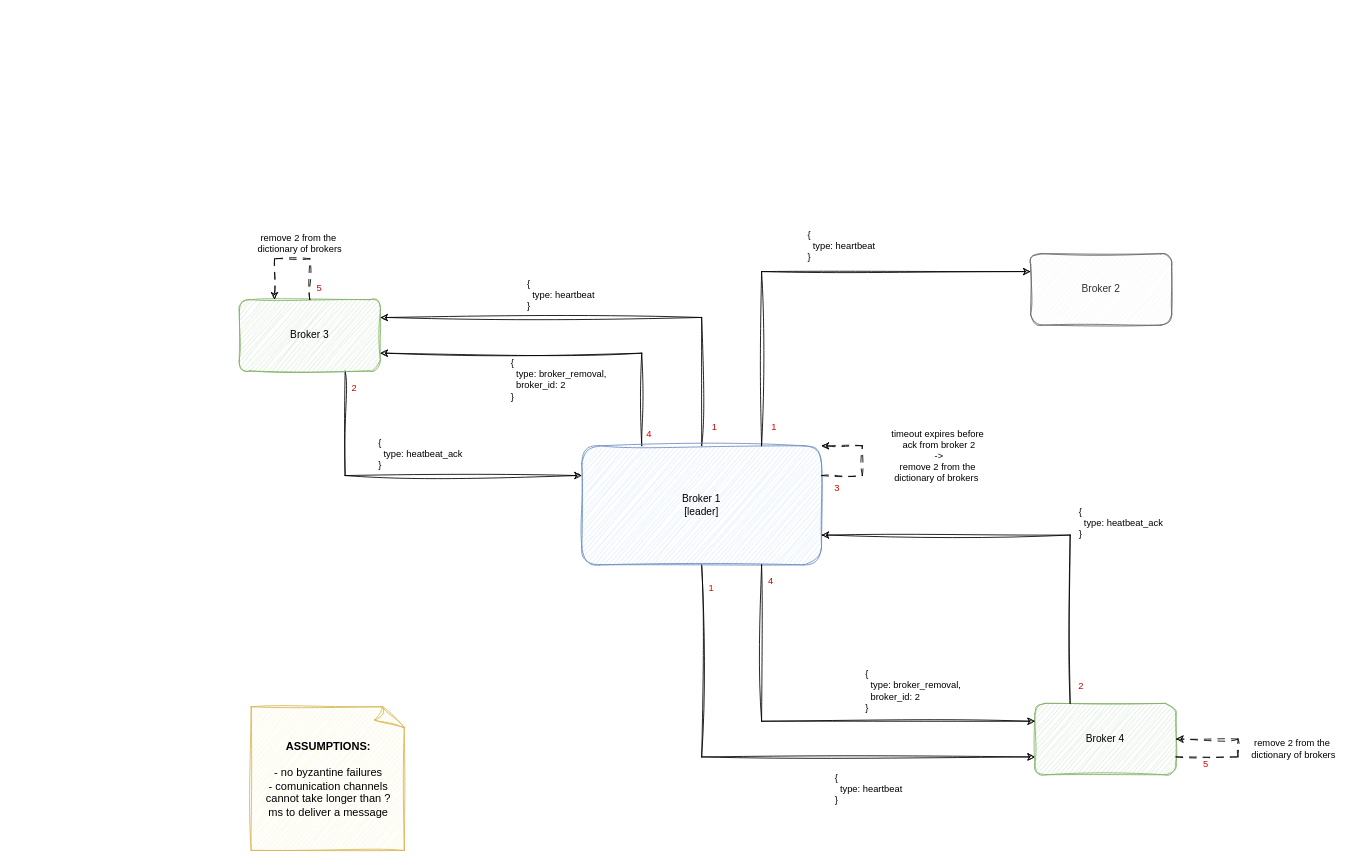
This is page "follower_crash" (3 of 5) of artifacts/DS_Project.drawio from UobinoPino/Reliable-Queuing-System, a draw.io file, before an edit. Source tidied: cells renumbered, new cells numbered last; positions are measured from the earlier drawing's top-left corner, leaving out a move shared by most shapes. Both pictures are drawn from the tidied source at 85%, with x=0, y=0 at pixel (239, 253).
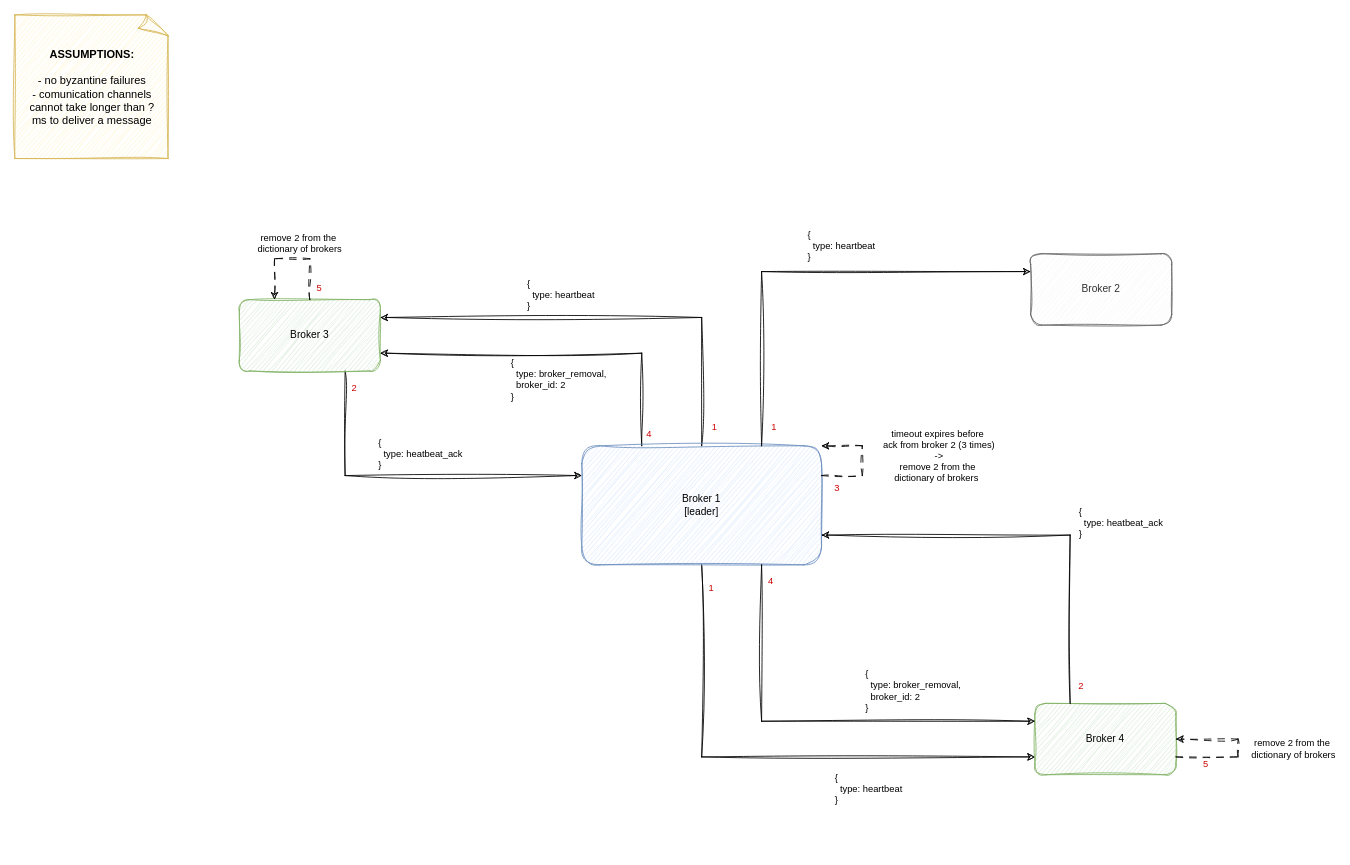
The same page after the edit.

The change refers to these unchanged cells:
```xml
<mxCell id="24" style="edgeStyle=orthogonalEdgeStyle;shape=connector;rounded=0;sketch=1;jiggle=2;curveFitting=1;orthogonalLoop=1;jettySize=auto;html=1;exitX=1;exitY=0.25;exitDx=0;exitDy=0;entryX=1;entryY=0;entryDx=0;entryDy=0;strokeColor=default;align=left;verticalAlign=middle;fontFamily=Excalifont;fontSize=11;fontColor=default;labelBackgroundColor=default;endArrow=classic;dashed=1;dashPattern=8 8;" parent="1" edge="1" source="15" target="15">
  <mxGeometry relative="1" as="geometry">
    <Array as="points">
      <mxPoint x="733" y="261" />
      <mxPoint x="733" y="226" />
    </Array>
  </mxGeometry>
</mxCell>
```

The edit, as a diff of the source:
```diff
@@
-    <mxCell id="25" value="timeout expires before&amp;nbsp;&lt;div&gt;ack from broker 2&lt;br&gt;-&amp;gt;&lt;br&gt;remove 2 from the&amp;nbsp;&lt;/div&gt;&lt;div&gt;dictionary&amp;nbsp;&lt;span style=&quot;background-color: light-dark(#ffffff, var(--ge-dark-color, #121212)); color: light-dark(rgb(0, 0, 0), rgb(255, 255, 255));&quot;&gt;of brokers&amp;nbsp;&amp;nbsp;&lt;/span&gt;&lt;/div&gt;" style="edgeLabel;html=1;align=center;verticalAlign=middle;rounded=1;sketch=1;jiggle=2;curveFitting=1;strokeColor=default;fontFamily=Excalifont;fontSize=11;fontColor=default;labelBackgroundColor=default;fillColor=default;" parent="24" vertex="1">
+    <mxCell id="25" value="timeout expires before&amp;nbsp;&lt;div&gt;ack from broker 2 (3 times)&lt;br&gt;-&amp;gt;&lt;br&gt;remove 2 from the&amp;nbsp;&lt;/div&gt;&lt;div&gt;dictionary&amp;nbsp;&lt;span style=&quot;background-color: light-dark(#ffffff, var(--ge-dark-color, #121212)); color: light-dark(rgb(0, 0, 0), rgb(255, 255, 255));&quot;&gt;of brokers&amp;nbsp;&amp;nbsp;&lt;/span&gt;&lt;/div&gt;" style="edgeLabel;html=1;align=center;verticalAlign=middle;rounded=1;sketch=1;jiggle=2;curveFitting=1;strokeColor=default;fontFamily=Excalifont;fontSize=11;fontColor=default;labelBackgroundColor=default;fillColor=default;" parent="24" vertex="1">
       <mxGeometry x="0.07" y="1" relative="1" as="geometry">
         <mxPoint x="90" y="-2" as="offset" />
       </mxGeometry>
     </mxCell>
@@
     <mxCell id="36" value="&lt;b&gt;ASSUMPTIONS:&lt;/b&gt;&lt;div&gt;&lt;span style=&quot;background-color: transparent; color: light-dark(rgb(0, 0, 0), rgb(255, 255, 255));&quot;&gt;&lt;br&gt;&lt;/span&gt;&lt;/div&gt;&lt;div&gt;&lt;span style=&quot;background-color: transparent; color: light-dark(rgb(0, 0, 0), rgb(255, 255, 255));&quot;&gt;- no byzantine failures&lt;/span&gt;&lt;/div&gt;&lt;div&gt;- comunication channels cannot take longer than ? ms to deliver a message&lt;/div&gt;" style="whiteSpace=wrap;html=1;shape=mxgraph.basic.document;rounded=1;sketch=1;jiggle=2;curveFitting=1;strokeColor=#d6b656;align=center;verticalAlign=middle;fontFamily=Excalifont;fontSize=13;labelBackgroundColor=none;fillColor=#fff2cc;spacing=10;" parent="1" vertex="1">
-      <mxGeometry x="14" y="533" width="182" height="169" as="geometry" />
+      <mxGeometry x="-264" y="-281" width="182" height="169" as="geometry" />
     </mxCell>
```
